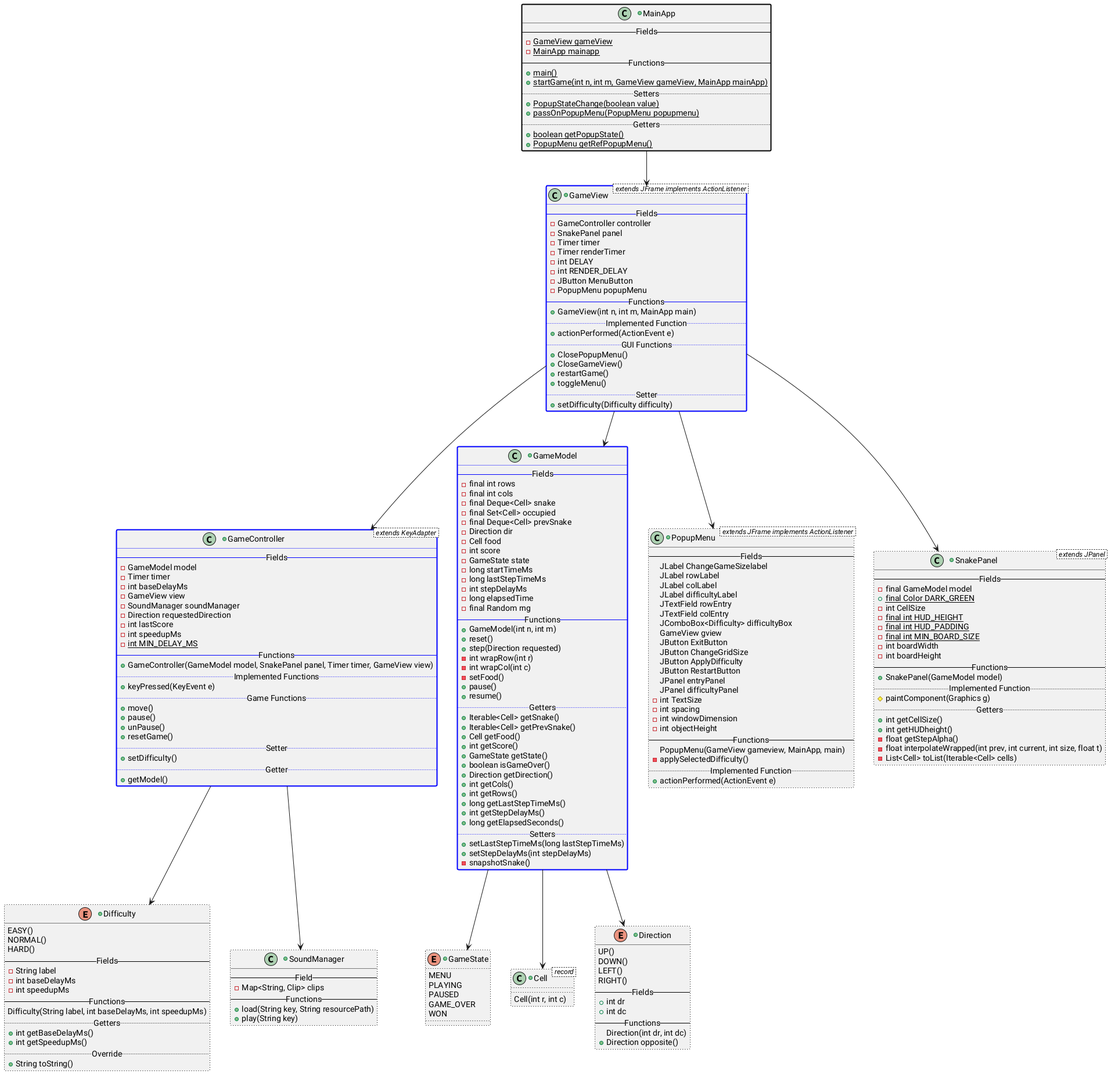
This is src/main/ClassDiagram/ClassDiagram.png from CamerJunker/Snake, a PlantUML export, as it was before one commit.
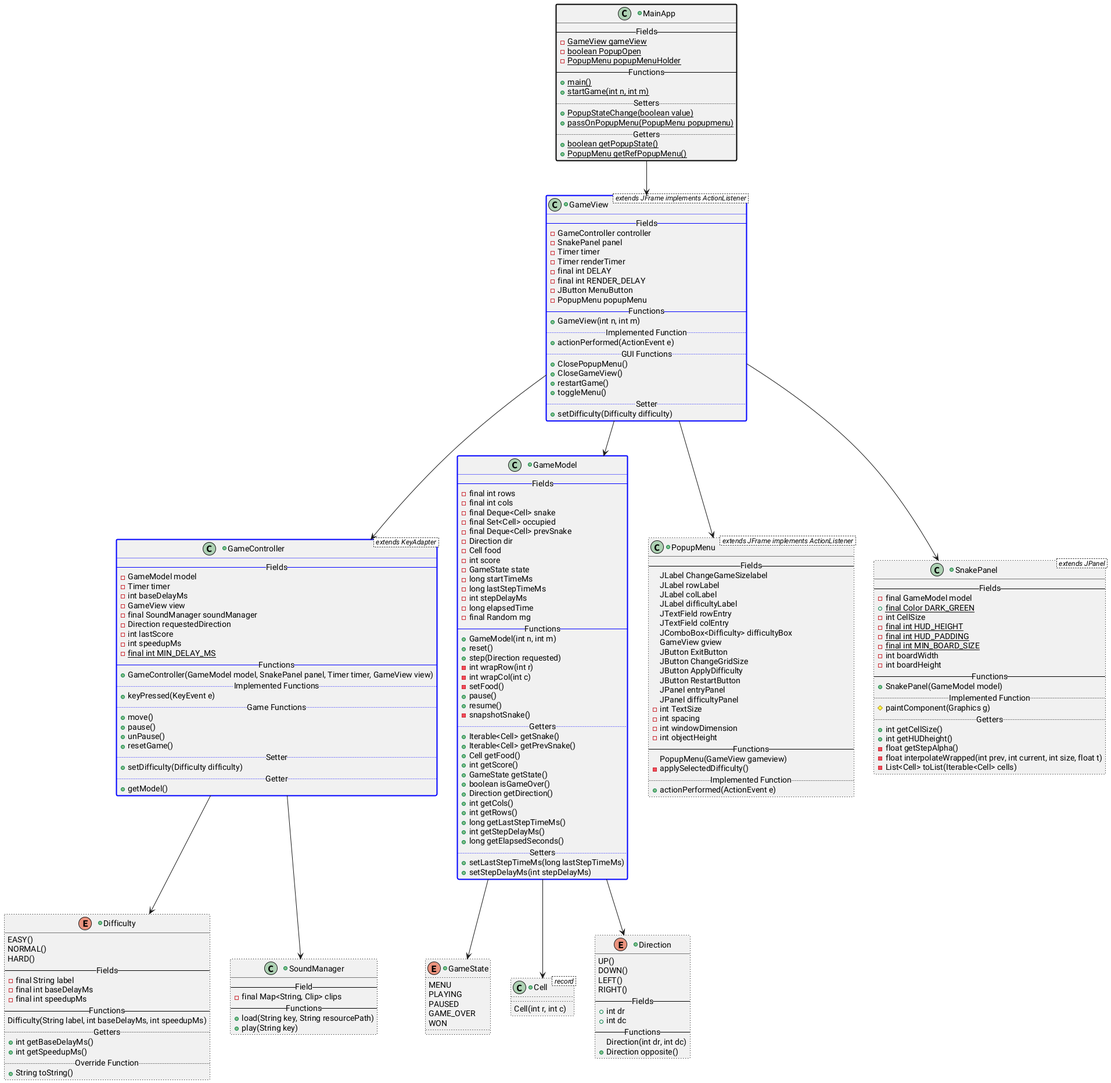
After the change.

Change to the diagram source:
```diff
@@ -13,10 +13,11 @@
 +class MainApp ##[bold]black{
     -- Fields --
     -{static}GameView gameView
-    -{static}MainApp mainapp
+    -{static}boolean PopupOpen
+    -{static}PopupMenu popupMenuHolder
     -- Functions --
     +{static}main()
-    +{static}startGame(int n, int m, GameView gameView, MainApp mainApp)
+    +{static}startGame(int n, int m)
     .. Setters ..
     +{static}PopupStateChange(boolean value)
     +{static}passOnPopupMenu(PopupMenu popupmenu)
@@ -31,12 +32,12 @@
     -SnakePanel panel
     -Timer timer
     -Timer renderTimer
-    -int DELAY
-    -int RENDER_DELAY
+    -final int DELAY
+    -final int RENDER_DELAY
     -JButton MenuButton
     -PopupMenu popupMenu
     -- Functions --
-    +GameView(int n, int m, MainApp main)
+    +GameView(int n, int m)
     ..Implemented Function..
     +actionPerformed(ActionEvent e)
     .. GUI Functions ..
@@ -54,11 +55,11 @@
     -Timer timer
     -int baseDelayMs
     -GameView view
-    -SoundManager soundManager
+    -final SoundManager soundManager
     -Direction requestedDirection
     -int lastScore
     -int speedupMs
-    -{static} int MIN_DELAY_MS
+    -{static}final int MIN_DELAY_MS
     -- Functions --
     +GameController(GameModel model, SnakePanel panel, Timer timer, GameView view)
     .. Implemented Functions ..
@@ -69,7 +70,7 @@
     +unPause()
     +resetGame()
     .. Setter ..
-    +setDifficulty()
+    +setDifficulty(Difficulty difficulty)
     .. Getter ..
     +getModel()
 }
@@ -95,7 +96,7 @@
     -int windowDimension
     -int objectHeight
     -- Functions --
-    PopupMenu(GameView gameview, MainApp, main)
+    PopupMenu(GameView gameview)
     -applySelectedDifficulty()
     .. Implemented Function ..
     +actionPerformed(ActionEvent e)
@@ -148,6 +149,7 @@
     -setFood()
     +pause()
     +resume()
+    -snapshotSnake()
     .. Getters ..
     +Iterable<Cell> getSnake()
     +Iterable<Cell> getPrevSnake()
@@ -164,7 +166,6 @@
     .. Setters ..
     +setLastStepTimeMs(long lastStepTimeMs)
     +setStepDelayMs(int stepDelayMs)
-    -snapshotSnake()
 }
 
 +enum GameState ##[dotted]black {
@@ -181,7 +182,7 @@
 
 +class SoundManager ##[dotted]black {
     -- Field --
-    -Map<String, Clip> clips
+    -final Map<String, Clip> clips
     -- Functions --
     +load(String key, String resourcePath)
     +play(String key)
@@ -192,15 +193,15 @@
     NORMAL()
     HARD()
     -- Fields --
-    -String label
-    -int baseDelayMs
-    -int speedupMs
+    -final String label
+    -final int baseDelayMs
+    -final int speedupMs
     -- Functions --
     Difficulty(String label, int baseDelayMs, int speedupMs)
     .. Getters ..
     +int getBaseDelayMs()
     +int getSpeedupMs()
-    .. Override ..
+    .. Override Function ..
     +String toString()
 }
 
```
